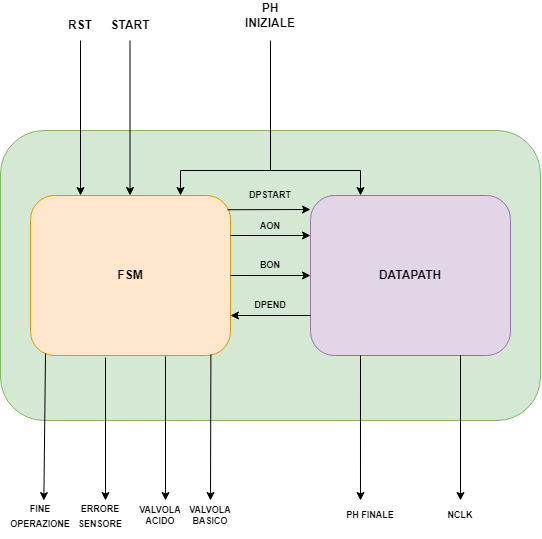
The draw.io diagram relazione/resources/img/schema_generale.png in vivia1990/univr-progetto-sis, before a commit. Source tidied: cells renumbered, new cells last; positions are measured from the earlier drawing's top-left corner, leaving out a move shared by most shapes.
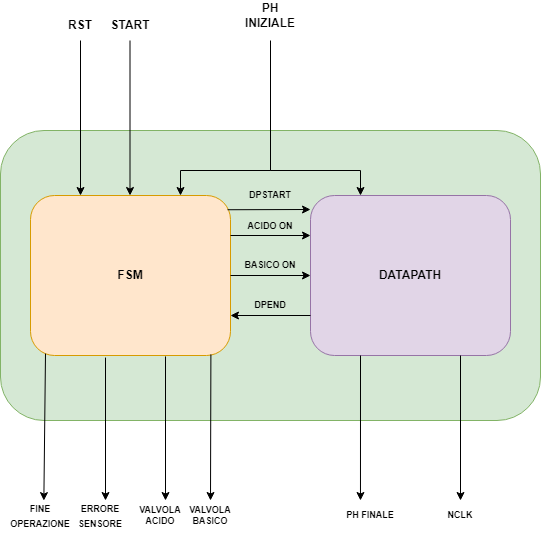
After the commit.

Change to the diagram source:
```diff
@@ -120,10 +120,10 @@
     <mxCell id="31" style="endArrow=classic;html=1;rounded=0;exitX=1;exitY=0.5;exitDx=0;exitDy=0;entryX=0;entryY=0.5;entryDx=0;entryDy=0;" parent="1" edge="1" source="3" target="4">
       <mxGeometry relative="1" as="geometry" />
     </mxCell>
-    <mxCell id="32" value="&lt;b&gt;&lt;font style=&quot;font-size: 9px;&quot;&gt;AON&lt;/font&gt;&lt;/b&gt;" style="text;html=1;strokeColor=none;fillColor=none;align=center;verticalAlign=middle;whiteSpace=wrap;rounded=0;" parent="1" vertex="1">
+    <mxCell id="32" value="&lt;b&gt;&lt;font style=&quot;font-size: 9px;&quot;&gt;ACIDO ON&lt;/font&gt;&lt;/b&gt;" style="text;html=1;strokeColor=none;fillColor=none;align=center;verticalAlign=middle;whiteSpace=wrap;rounded=0;" parent="1" vertex="1">
       <mxGeometry x="240" y="210" width="60" height="30" as="geometry" />
     </mxCell>
-    <mxCell id="33" value="&lt;b&gt;BON&lt;/b&gt;" style="text;html=1;strokeColor=none;fillColor=none;align=center;verticalAlign=middle;whiteSpace=wrap;rounded=0;fontSize=9;" parent="1" vertex="1">
+    <mxCell id="33" value="&lt;b&gt;BASICO ON&lt;/b&gt;" style="text;html=1;strokeColor=none;fillColor=none;align=center;verticalAlign=middle;whiteSpace=wrap;rounded=0;fontSize=9;" parent="1" vertex="1">
       <mxGeometry x="240" y="250" width="60" height="30" as="geometry" />
     </mxCell>
   </root>
```
